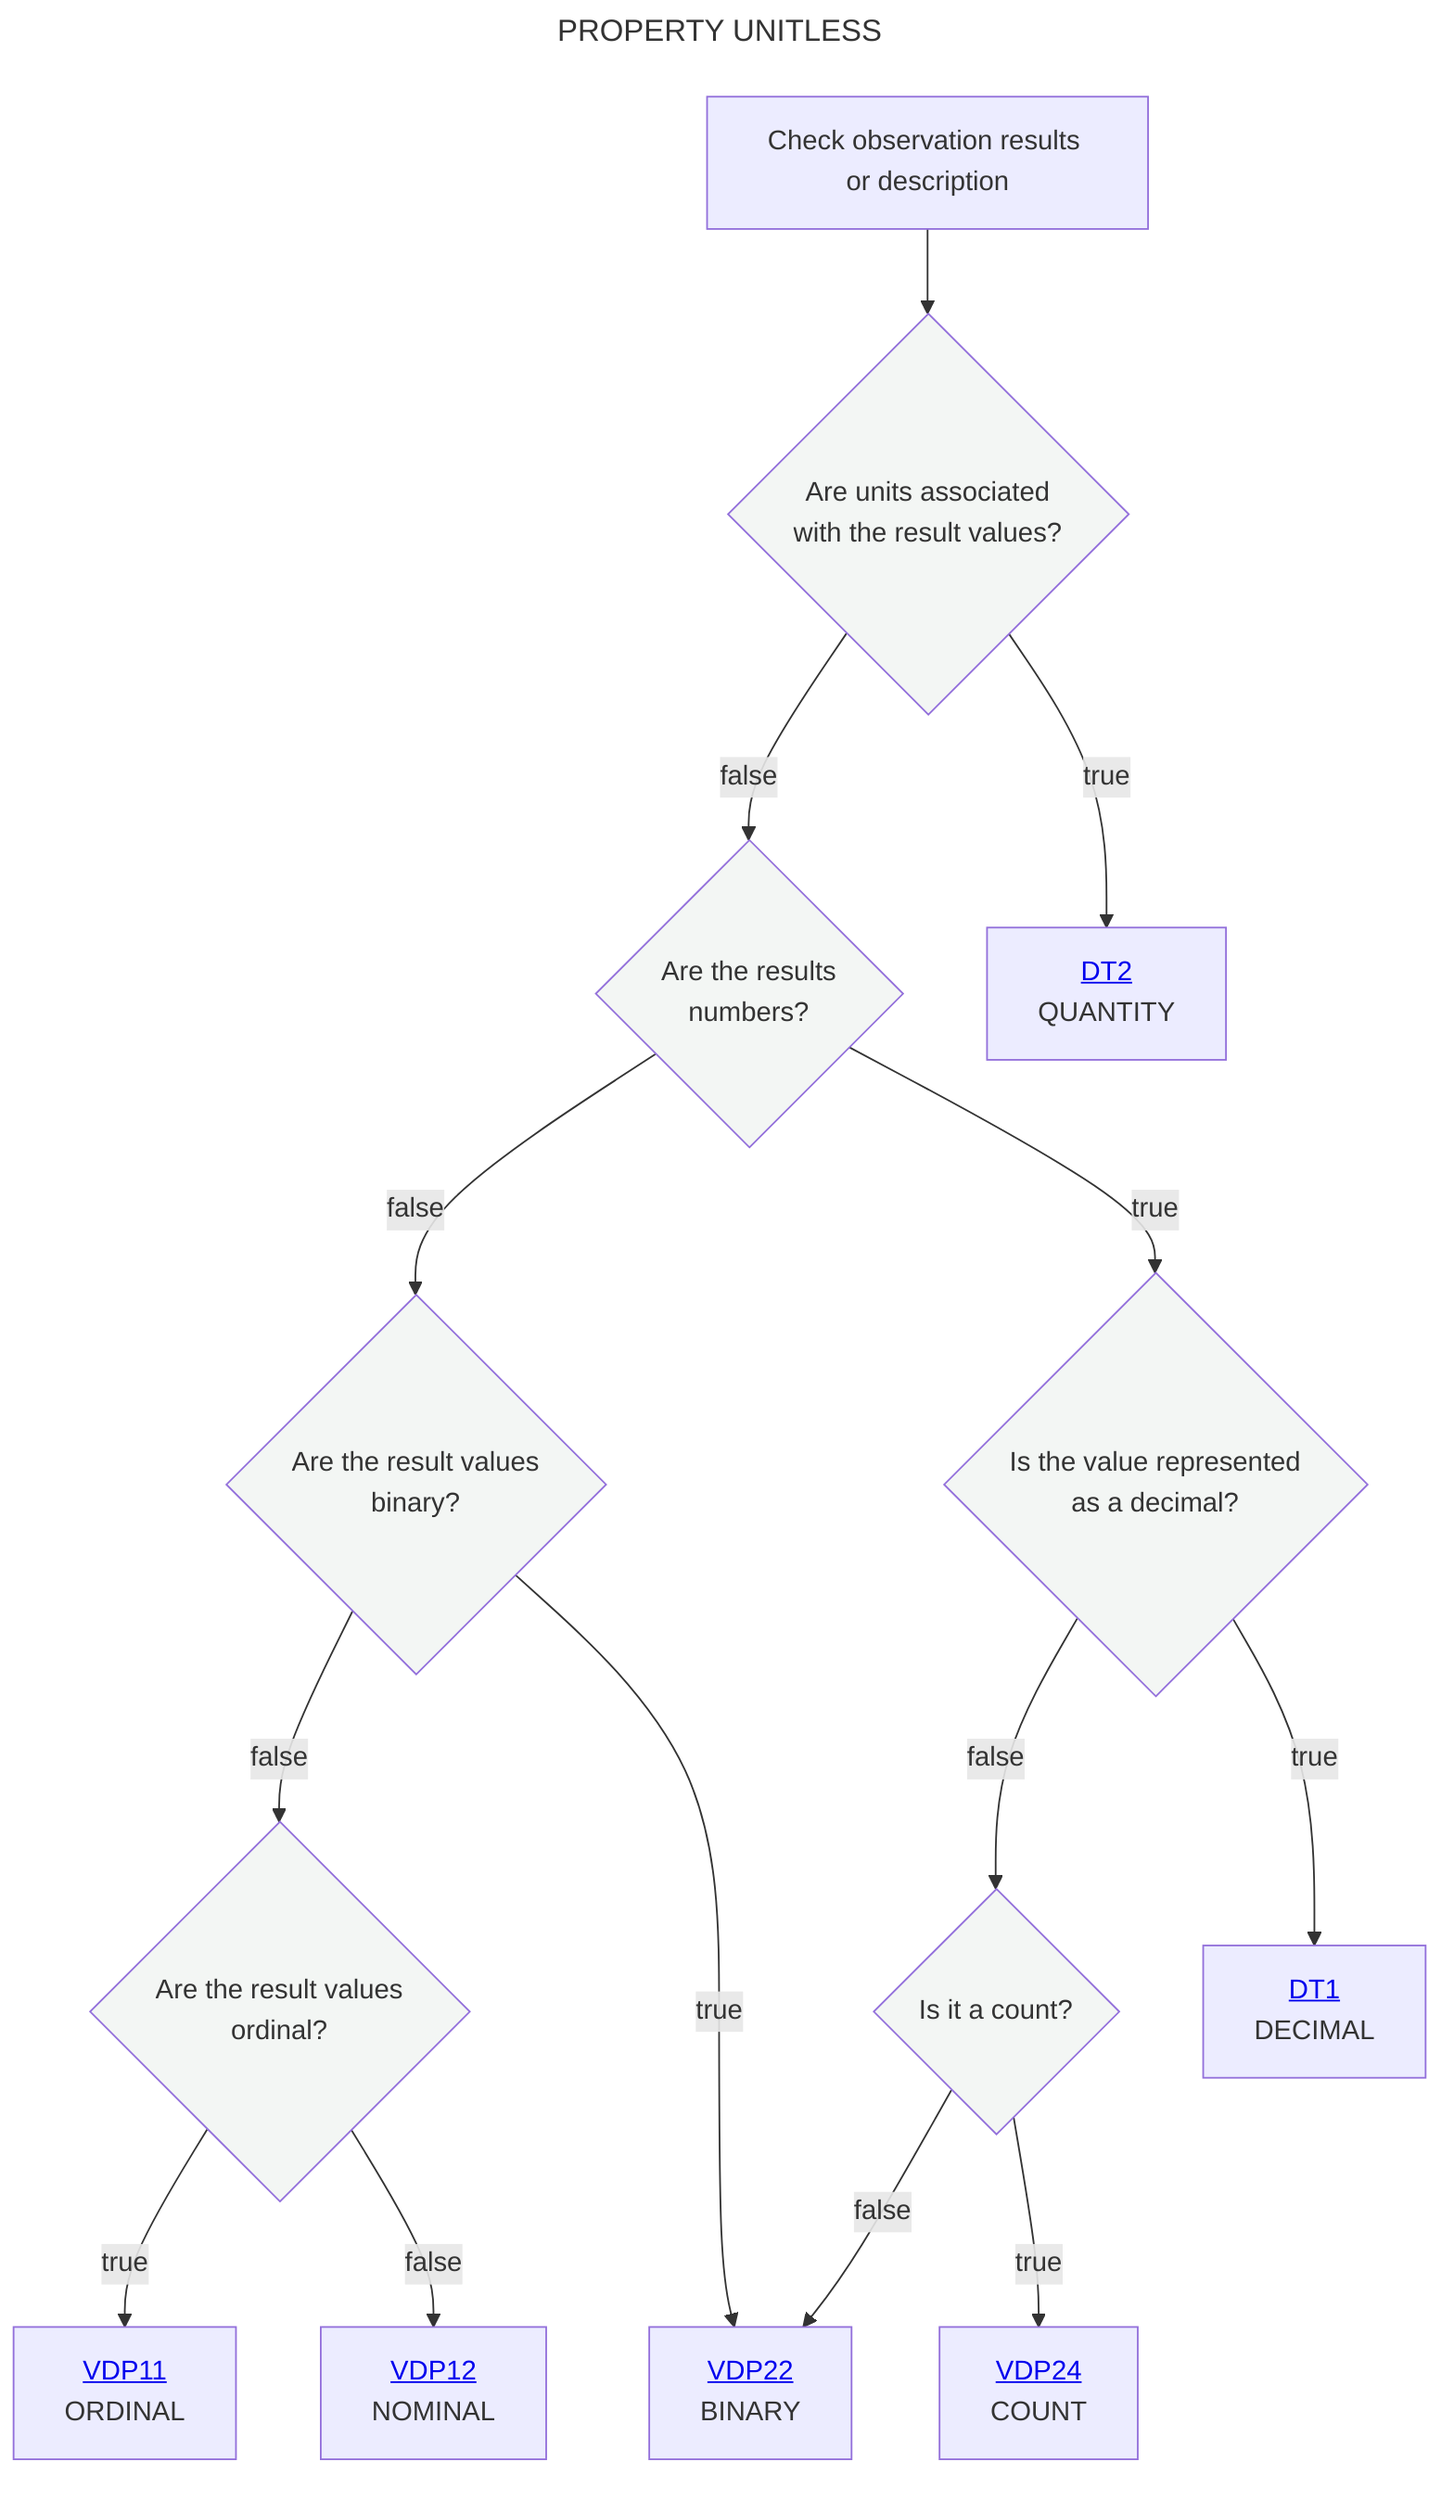
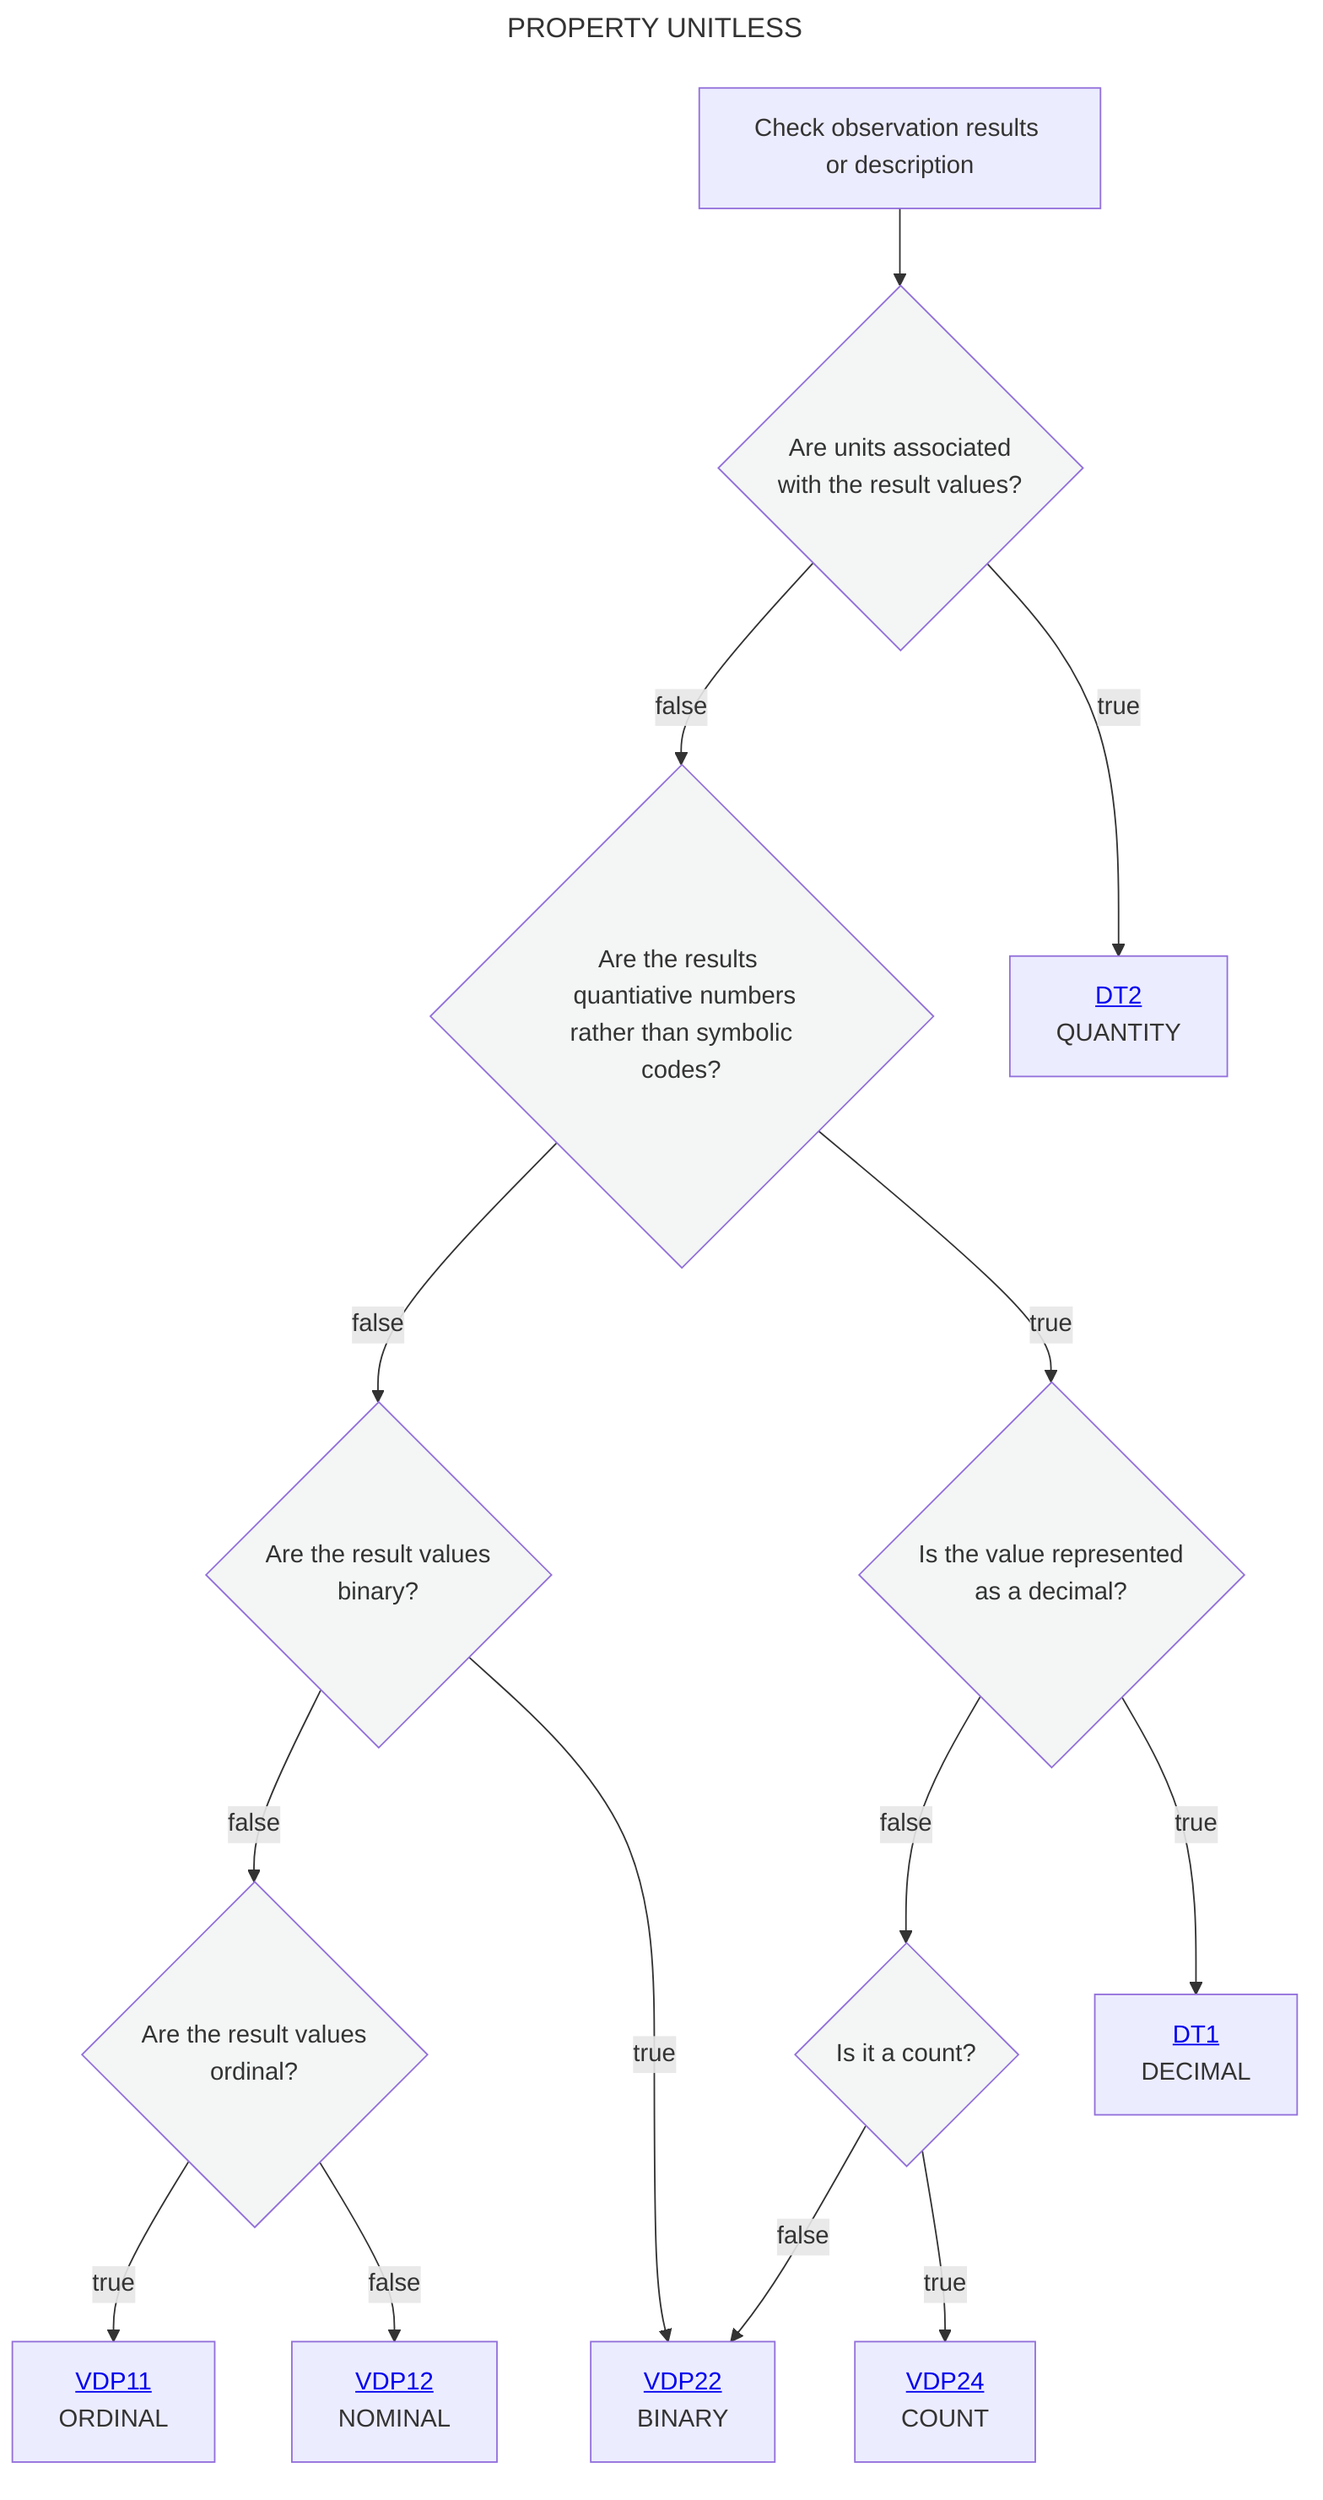
---
title: PROPERTY UNITLESS
---
flowchart TD
    A[Check observation results or description] --> B{Are units associated <br> with the result values?}:::white
-     B --> |false|C{Are the results <br> numbers?}:::white
+     B --> |false|C{Are the results <br> quantiative numbers<br> rather than symbolic codes?}:::white
    B --> |true|D[<a href='https://github.com/mabablue/I-ADOPT-patterns-playground/blob/main/Decisition_trees/DT2.mmd'>DT2</a><br> QUANTITY]
    C --> |false|E{Are the result values <br> binary?}:::white
    C --> |true|G{Is the value represented <br> as a decimal?}:::white
    E --> |false|I{Are the result values <br> ordinal?}:::white
    G --> |false|H{Is it a count?}:::white
    H--> |false|F
    H --> |true|M[<a href='https://github.com/mabablue/I-ADOPT-patterns-playground/blob/main/pattern/VDP24.yaml'>VDP24</a><br> COUNT]
    I --> |true|J[<a href='https://github.com/mabablue/I-ADOPT-patterns-playground/blob/main/pattern/VDP11.yaml'>VDP11</a><br> ORDINAL]
    I --> |false|K[<a href='https://github.com/mabablue/I-ADOPT-patterns-playground/blob/main/pattern/VDP12.yaml'>VDP12</a><br> NOMINAL]
    E --> |true|F[<a href='https://github.com/mabablue/I-ADOPT-patterns-playground/blob/main/pattern/VDP22.yaml'>VDP22</a><br> BINARY]
    G --> |true|L[<a href='https://github.com/mabablue/I-ADOPT-patterns-playground/blob/main/Decisition_trees/DT1.mmd'>DT1</a><br> DECIMAL]
   classDef blue fill:#90D5FF
   classDef satblue fill:#57B9FF
   classDef white fill:#f3f6f4
   classDef green fill:#6aa84f
